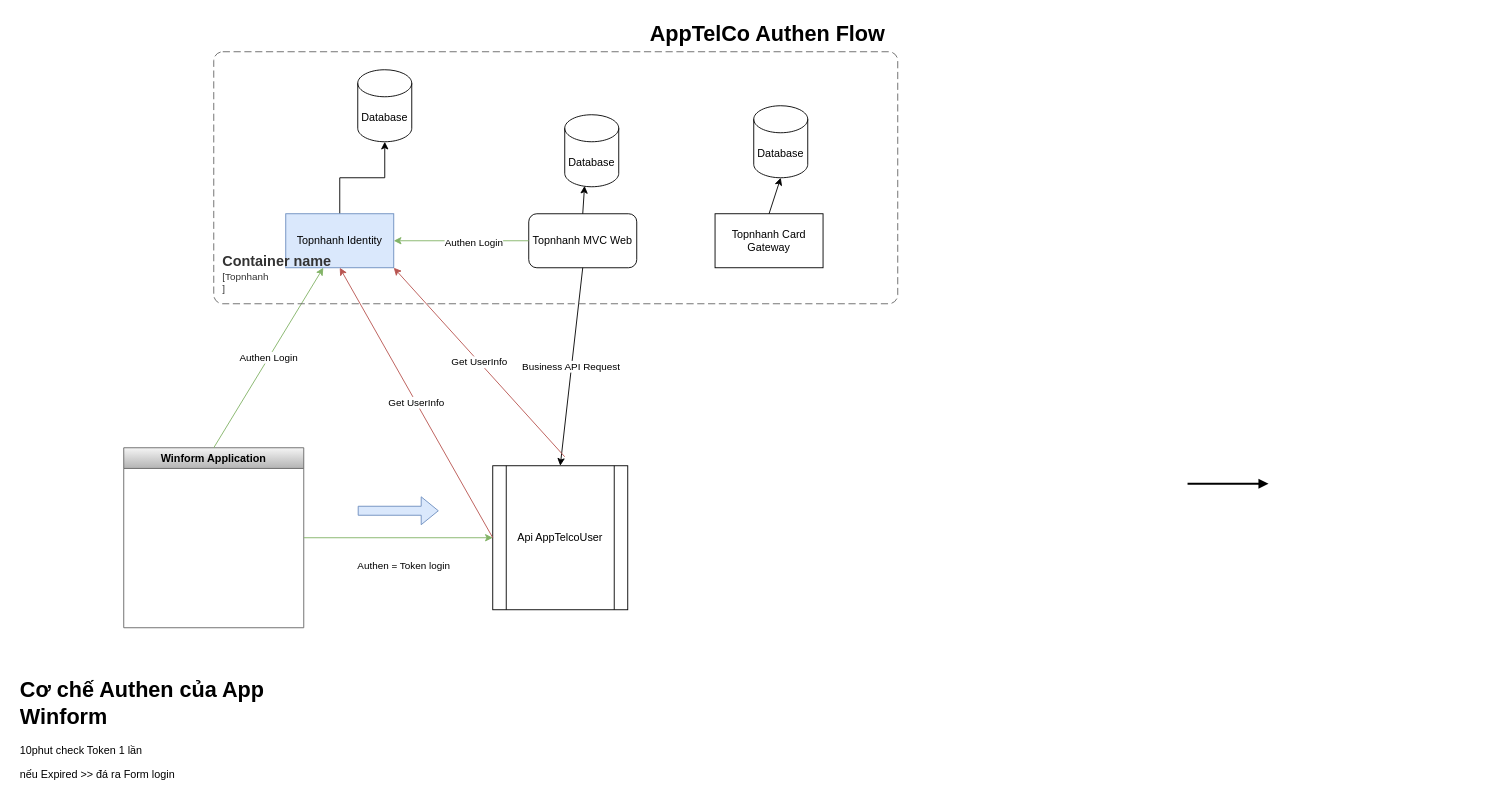
Above: topnhanh/Untitled Diagram.drawio in bachdev/diagram (draw.io), before the change. Source tidied: cells renumbered, new cells numbered last; positions are measured from the earlier drawing's top-left corner, leaving out a move shared by most shapes. Both pictures are drawn from the tidied source at 90%, with x=0, y=0 at pixel (15, 15).
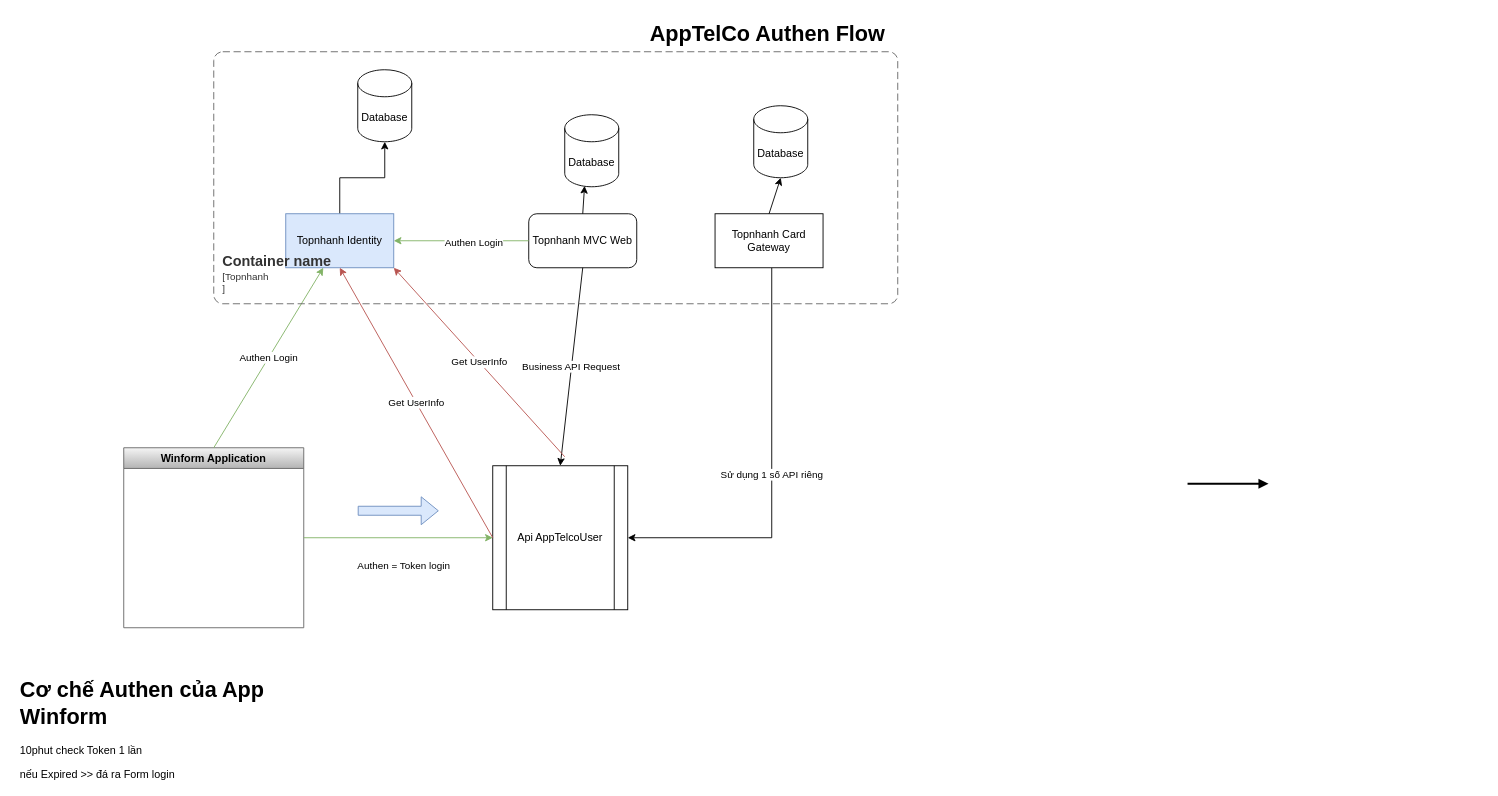
The same page after the edit.

Unchanged cells that the change refers to:
```xml
<mxCell id="9" value="Api AppTelcoUser" style="shape=process;whiteSpace=wrap;html=1;backgroundOutline=1;" parent="1" vertex="1">
  <mxGeometry x="530" y="500" width="150" height="160" as="geometry" />
</mxCell>
<mxCell id="22" value="Topnhanh Card Gateway" style="rounded=0;whiteSpace=wrap;html=1;" parent="1" vertex="1">
  <mxGeometry x="777" y="220" width="120" height="60" as="geometry" />
</mxCell>
```

Change to the diagram source:
```diff
@@
+    <mxCell id="26" value="Sử dụng 1 số API riêng" style="edgeStyle=orthogonalEdgeStyle;rounded=0;jettySize=auto;html=1;entryX=1;entryY=0.5;entryDx=0;entryDy=0;" parent="1" edge="1" source="22" target="9">
+      <mxGeometry relative="1" as="geometry">
+        <Array as="points">
+          <mxPoint x="840" y="580" />
+        </Array>
+      </mxGeometry>
+    </mxCell>
```
